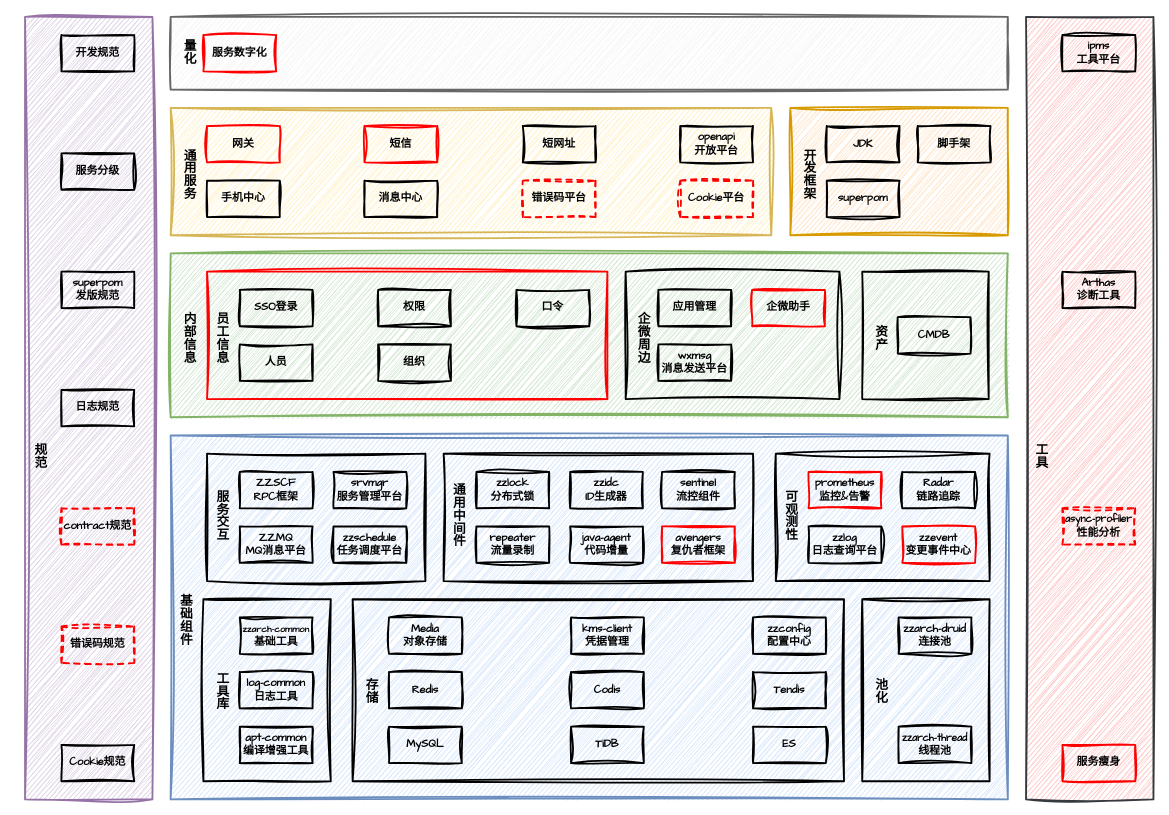
This is tech/arch/架构部技术体系.drawio from zhuanzhuan-tech/arch-draw-io, a draw.io file, before an edit. Source tidied: cells renumbered, new cells numbered last; positions are measured from the earlier drawing's top-left corner, leaving out a move shared by most shapes. Both pictures are drawn from the tidied source at 91%, with x=0, y=0 at pixel (15, 16).
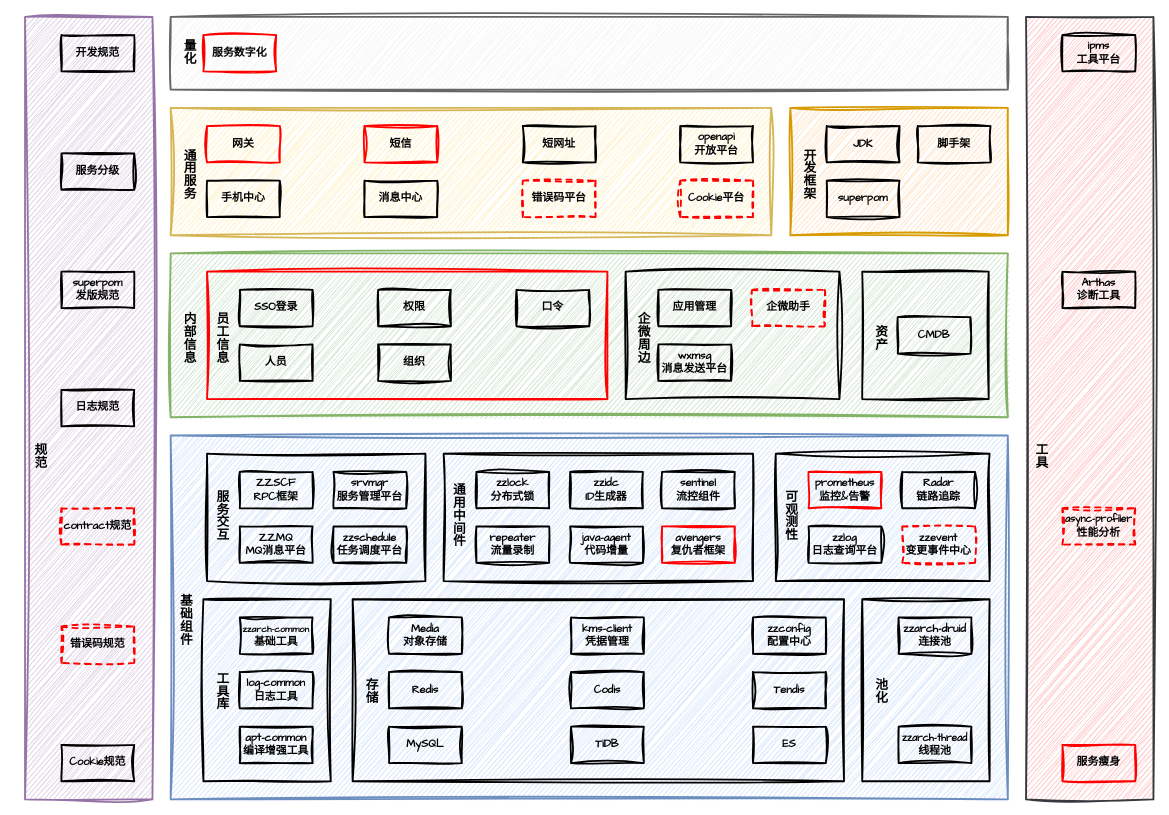
The same diagram, later.

Commit message (it also covers changes not shown here):
更新架构部技术体系.drawio

What changed in the source:
```diff
@@
-    <mxCell id="39" value="&lt;b&gt;zzevent&lt;/b&gt;&lt;div&gt;&lt;b style=&quot;background-color: transparent; color: light-dark(rgb(0, 0, 0), rgb(255, 255, 255));&quot;&gt;变更事件中心&lt;/b&gt;&lt;/div&gt;" style="rounded=0;whiteSpace=wrap;html=1;hachureGap=4;fontFamily=Architects Daughter;fillColor=none;strokeWidth=2;strokeColor=#FF0000;sketch=1;curveFitting=1;jiggle=2;" parent="1" vertex="1">
+    <mxCell id="39" value="&lt;b&gt;zzevent&lt;/b&gt;&lt;div&gt;&lt;b style=&quot;background-color: transparent; color: light-dark(rgb(0, 0, 0), rgb(255, 255, 255));&quot;&gt;变更事件中心&lt;/b&gt;&lt;/div&gt;" style="rounded=0;whiteSpace=wrap;html=1;hachureGap=4;fontFamily=Architects Daughter;fillColor=none;strokeWidth=2;strokeColor=#FF0000;sketch=1;curveFitting=1;jiggle=2;dashed=1;" parent="1" vertex="1">
       <mxGeometry x="974" y="560" width="80" height="40" as="geometry" />
     </mxCell>
@@
-    <mxCell id="54" value="&lt;b&gt;企微助手&lt;/b&gt;" style="rounded=0;whiteSpace=wrap;html=1;hachureGap=4;fontFamily=Architects Daughter;fillColor=none;strokeWidth=2;strokeColor=#FF0000;sketch=1;curveFitting=1;jiggle=2;" parent="1" vertex="1">
+    <mxCell id="54" value="&lt;b&gt;企微助手&lt;/b&gt;" style="rounded=0;whiteSpace=wrap;html=1;hachureGap=4;fontFamily=Architects Daughter;fillColor=none;strokeWidth=2;strokeColor=#FF0000;sketch=1;curveFitting=1;jiggle=2;dashed=1;" parent="1" vertex="1">
       <mxGeometry x="809" y="300" width="80" height="40" as="geometry" />
     </mxCell>
```
